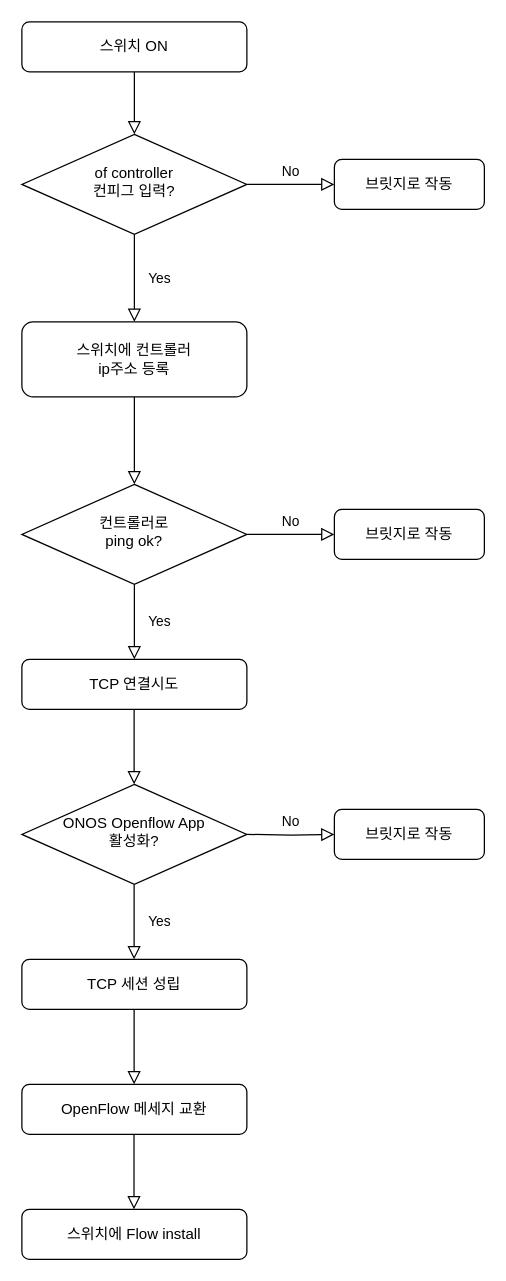
The draw.io diagram page "순서도" (1 of 2) of Settings.drawio in gameLoading/blank__-, before the edit. Source tidied: cells renumbered, new cells numbered last; positions are measured from the earlier drawing's top-left corner, leaving out a move shared by most shapes. Both pictures are drawn from the tidied source at 125%, with x=0, y=0 at pixel (21, 21).
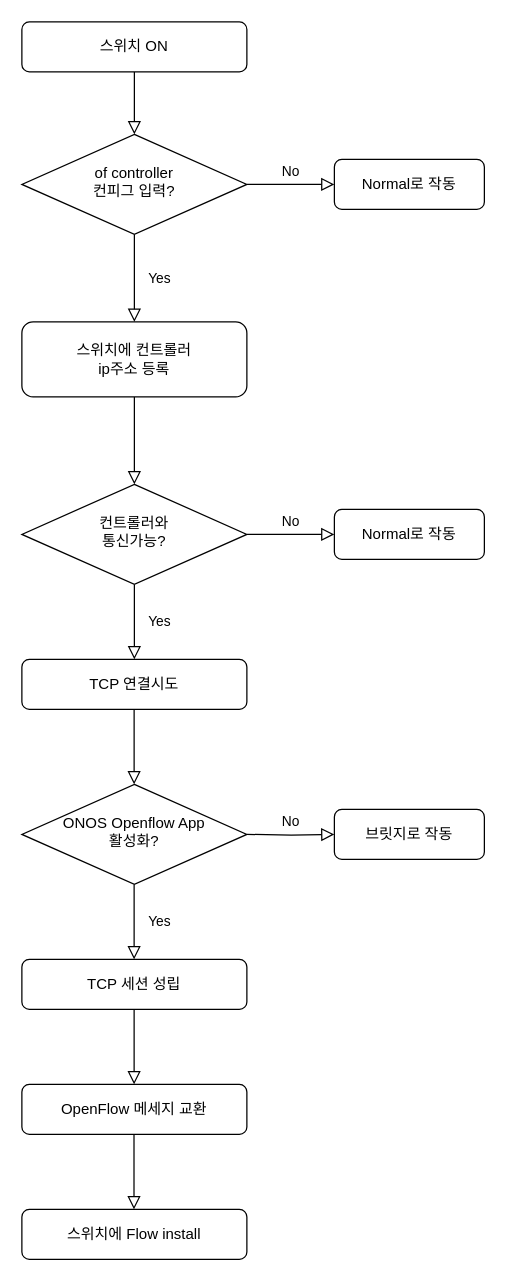
Above is the later version.

What changed in the source:
```diff
@@
-    <mxCell id="7" value="브릿지로 작동" style="rounded=1;whiteSpace=wrap;html=1;fontSize=12;glass=0;strokeWidth=1;shadow=0;" parent="1" vertex="1">
+    <mxCell id="7" value="Normal로 작동" style="rounded=1;whiteSpace=wrap;html=1;fontSize=12;glass=0;strokeWidth=1;shadow=0;" parent="1" vertex="1">
       <mxGeometry x="250" y="110" width="120" height="40" as="geometry" />
     </mxCell>
@@
-    <mxCell id="10" value="컨트롤러로&lt;br&gt;ping ok?" style="rhombus;whiteSpace=wrap;html=1;shadow=0;fontFamily=Helvetica;fontSize=12;align=center;strokeWidth=1;spacing=6;spacingTop=-4;" parent="1" vertex="1">
+    <mxCell id="10" value="컨트롤러와&lt;br&gt;통신가능?" style="rhombus;whiteSpace=wrap;html=1;shadow=0;fontFamily=Helvetica;fontSize=12;align=center;strokeWidth=1;spacing=6;spacingTop=-4;" parent="1" vertex="1">
       <mxGeometry y="370" width="180" height="80" as="geometry" />
     </mxCell>
@@
-    <mxCell id="12" value="브릿지로 작동" style="rounded=1;whiteSpace=wrap;html=1;fontSize=12;glass=0;strokeWidth=1;shadow=0;" parent="1" vertex="1">
+    <mxCell id="12" value="Normal로 작동" style="rounded=1;whiteSpace=wrap;html=1;fontSize=12;glass=0;strokeWidth=1;shadow=0;" parent="1" vertex="1">
       <mxGeometry x="250" y="390" width="120" height="40" as="geometry" />
     </mxCell>
```
